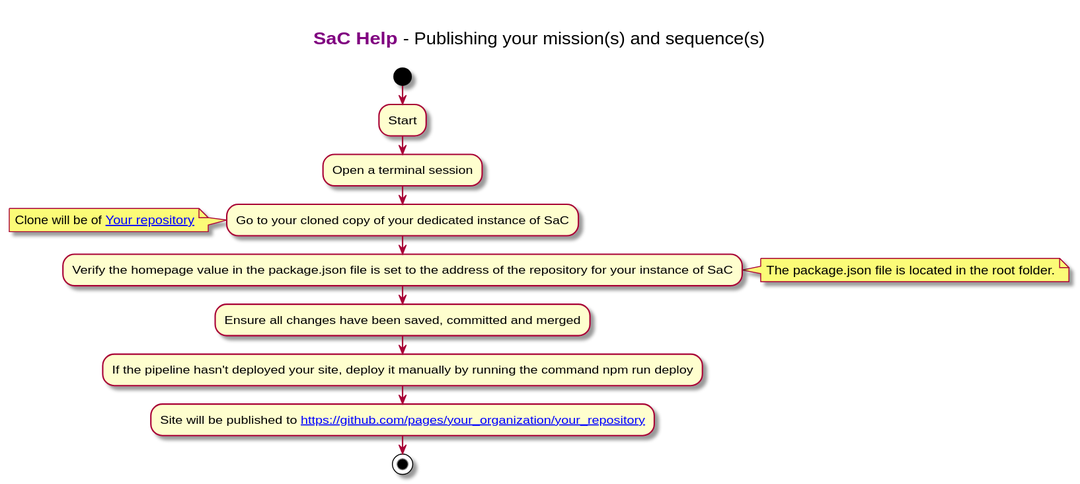
This is images/sachelp.publish.svg from dxc-technology/Sequences-as-Code, a PlantUML export, as it was before one commit.
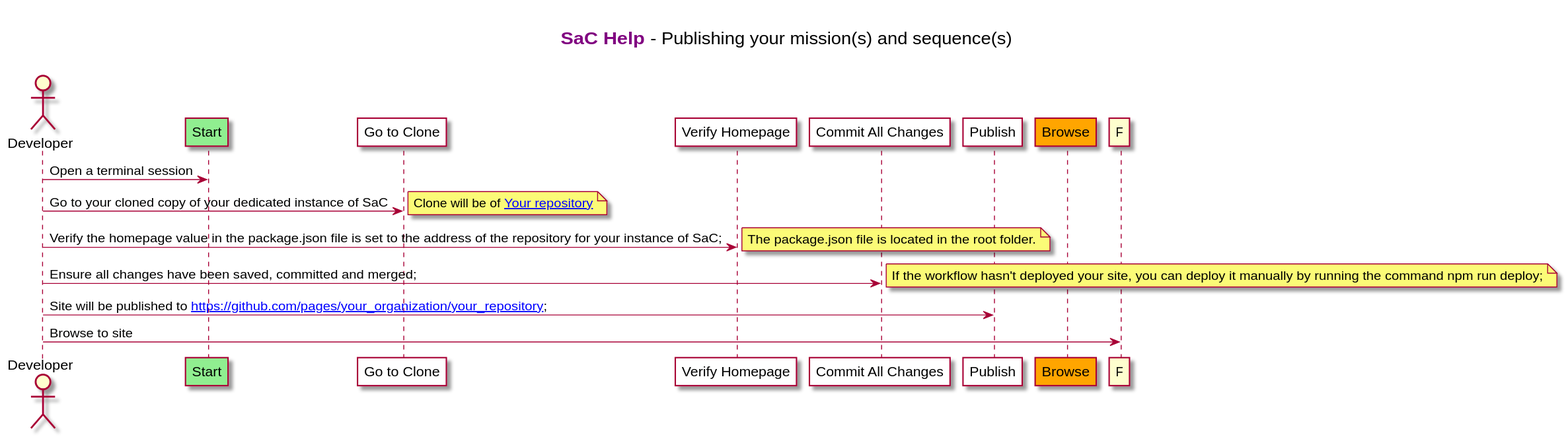
Above is the later version.

Change to the diagram source:
```diff
@@ -6,19 +6,27 @@
 
 end title
 
-start
-:Start;
-:Open a terminal session;
-:Go to your cloned copy of your dedicated instance of SaC;
-note left
- Clone will be of [[https://github.com/your_organization/your_repository{Right click to open in a new window or a new tab} Your repository]]
+actor Developer
+participant "Start" as A #lightGreen
+participant "Go to Clone" as B #white
+participant "Verify Homepage" as C #white
+participant "Commit All Changes" as D #white
+participant "Publish" as E #white
+participant "Browse" as G #orange
+
+Developer -> A: Open a terminal session
+Developer -> B: Go to your cloned copy of your dedicated instance of SaC
+note right
+   Clone will be of [[https://github.com/your_organization/your_repository{Right click to open in a new window or a new tab} Your repository]]
 end note
-:Verify the homepage value in the package.json file is set to the address of the repository for your instance of SaC;
+Developer -> C: Verify the homepage value in the package.json file is set to the address of the repository for your instance of SaC;
 note right
   The package.json file is located in the root folder.
 end note
-:Ensure all changes have been saved, committed and merged;
-:If the pipeline hasn't deployed your site, deploy it manually by running the command npm run deploy;
-:Site will be published to [[https://github.com/pages/your_organization/your_repository https://github.com/pages/your_organization/your_repository]];
-stop
+Developer -> D: Ensure all changes have been saved, committed and merged;
+note right
+  If the workflow hasn't deployed your site, you can deploy it manually by running the command npm run deploy;
+end note
+Developer -> E: Site will be published to [[https://github.com/pages/your_organization/your_repository https://github.com/pages/your_organization/your_repository]];
+Developer -> F: Browse to site
 @enduml
```
